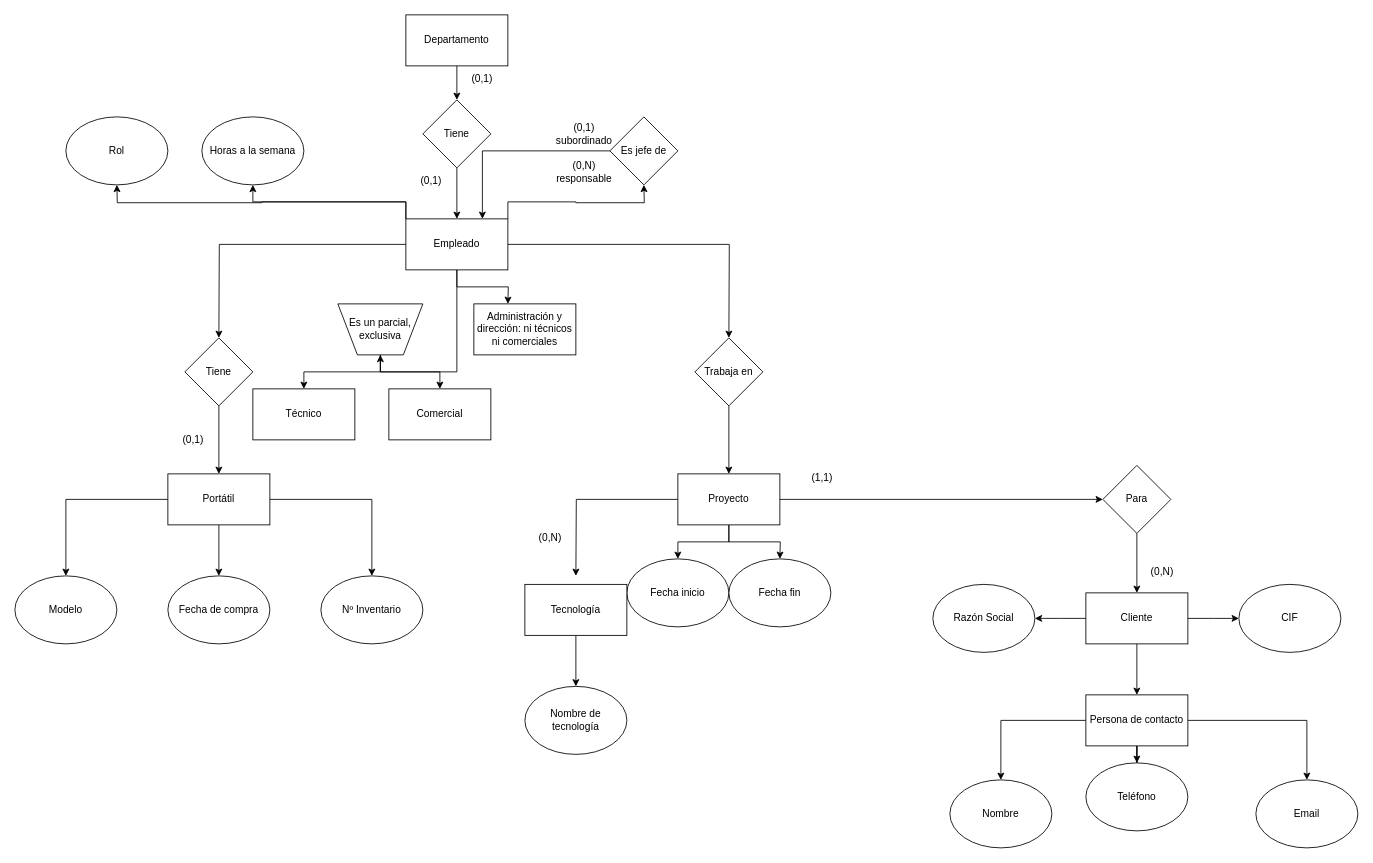
Before: Reto-00/bbdd/Diagrama sin título (1) (1).drawio in igimenom/castores, a draw.io diagram. Source tidied: cells renumbered, new cells numbered last; positions are measured from the earlier drawing's top-left corner, leaving out a move shared by most shapes. Both pictures are drawn from the tidied source at 85%, with x=0, y=0 at pixel (14, 14).
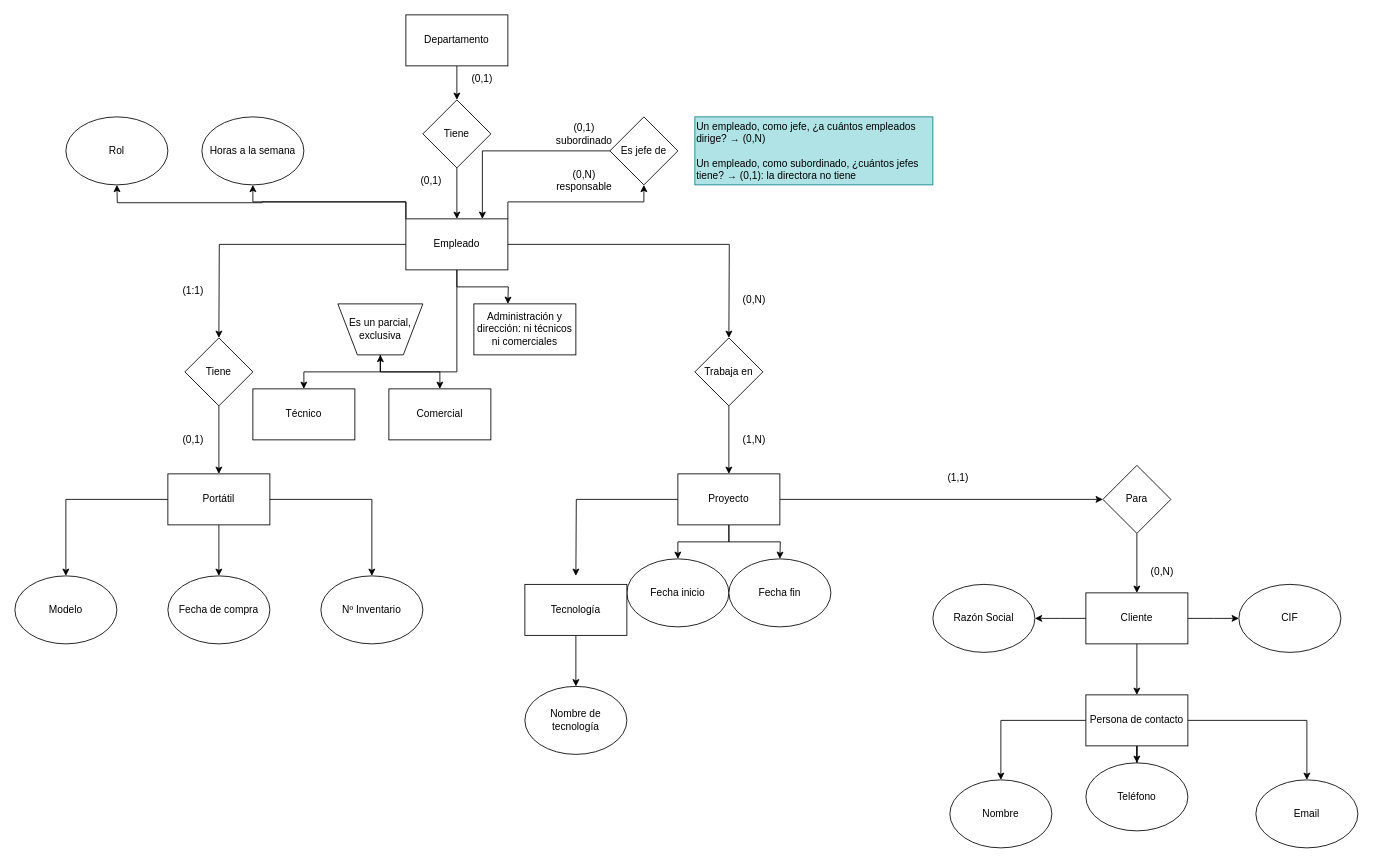
Above is the later version.

The change refers to these unchanged cells:
```xml
<mxCell id="11" value="Empleado" style="rounded=0;whiteSpace=wrap;html=1;" parent="1" vertex="1">
  <mxGeometry x="460" y="240" width="120" height="60" as="geometry" />
</mxCell>
```

What changed in the source:
```diff
@@
     <mxCell id="8" style="edgeStyle=orthogonalEdgeStyle;rounded=0;jettySize=auto;html=1;exitX=1;exitY=0;exitDx=0;exitDy=0;" parent="1" edge="1" source="11">
       <mxGeometry relative="1" as="geometry">
         <mxPoint x="740" y="200" as="targetPoint" />
+        <Array as="points">
+          <mxPoint x="580" y="220" />
+          <mxPoint x="740" y="220" />
+        </Array>
       </mxGeometry>
     </mxCell>
@@
     <mxCell id="63" value="(0,N)&lt;div&gt;responsable&lt;/div&gt;" style="text;html=1;whiteSpace=wrap;strokeColor=none;fillColor=none;align=center;verticalAlign=middle;rounded=0;" parent="1" vertex="1">
-      <mxGeometry x="640" y="170" width="60" height="30" as="geometry" />
+      <mxGeometry x="640" y="180" width="60" height="30" as="geometry" />
     </mxCell>
@@
+    <mxCell id="67" value="(1,1)" style="text;html=1;whiteSpace=wrap;strokeColor=none;fillColor=none;align=center;verticalAlign=middle;rounded=0;" parent="1" vertex="1">
+      <mxGeometry x="1080" y="530" width="60" height="30" as="geometry" />
+    </mxCell>
-    <mxCell id="66" value="(0,N)" style="text;html=1;whiteSpace=wrap;strokeColor=none;fillColor=none;align=center;verticalAlign=middle;rounded=0;" parent="1" vertex="1">
-      <mxGeometry x="600" y="600" width="60" height="30" as="geometry" />
+    <mxCell id="66" value="(0,N)" style="text;html=1;whiteSpace=wrap;align=center;verticalAlign=middle;rounded=0;" parent="1" vertex="1">
+      <mxGeometry x="840" y="320" width="60" height="30" as="geometry" />
     </mxCell>
-    <mxCell id="67" value="(1,1)" style="text;html=1;whiteSpace=wrap;strokeColor=none;fillColor=none;align=center;verticalAlign=middle;rounded=0;" parent="1" vertex="1">
-      <mxGeometry x="920" y="530" width="60" height="30" as="geometry" />
-    </mxCell>
+    <mxCell id="68" value="(1,N)" style="text;html=1;whiteSpace=wrap;strokeColor=none;fillColor=none;align=center;verticalAlign=middle;rounded=0;" parent="1" vertex="1">
+      <mxGeometry x="840" y="485" width="60" height="30" as="geometry" />
+    </mxCell>
+    <mxCell id="69" value="(1:1)" style="text;html=1;whiteSpace=wrap;strokeColor=none;fillColor=none;align=center;verticalAlign=middle;rounded=0;" parent="1" vertex="1">
+      <mxGeometry x="180" y="310" width="60" height="30" as="geometry" />
+    </mxCell>
+    <mxCell id="70" value="Un empleado, como jefe, ¿a cuántos empleados dirige? → (0,N)&lt;br&gt;&lt;br&gt;Un empleado, como subordinado, ¿cuántos jefes tiene? → (0,1): la directora no tiene" style="text;html=1;whiteSpace=wrap;align=left;verticalAlign=middle;rounded=0;fillColor=#b0e3e6;strokeColor=#0e8088;" parent="1" vertex="1">
+      <mxGeometry x="800" y="120" width="280" height="80" as="geometry" />
+    </mxCell>
```
